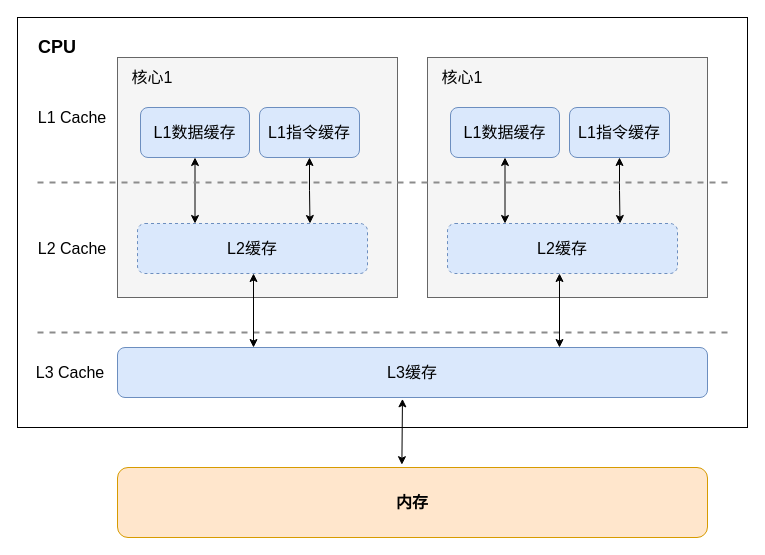
Earlier version of the draw.io diagram Untitled Diagram.drawio (ichengzi/ichengzi.github.io). Source tidied: cells renumbered, new cells numbered last; positions are measured from the earlier drawing's top-left corner, leaving out a move shared by most shapes. Both pictures are drawn from the tidied source at 100%, with x=0, y=0 at pixel (17, 17).
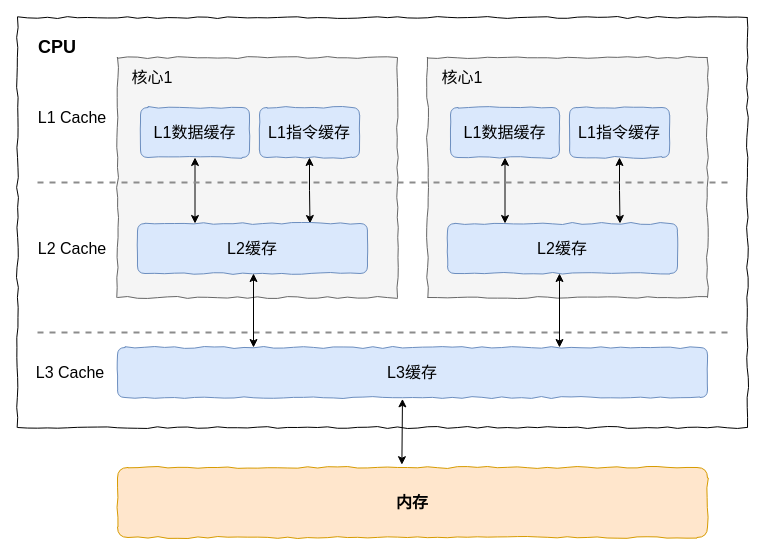
The same diagram, later.

The edit, as a diff of the source:
```diff
@@
-    <mxCell id="2" style="rounded=0;whiteSpace=wrap;html=1;fontSize=16;comic=0;" parent="1" vertex="1">
+    <mxCell id="2" style="rounded=0;whiteSpace=wrap;html=1;fontSize=16;comic=1;" parent="1" vertex="1">
       <mxGeometry width="730" height="410" as="geometry" />
     </mxCell>
@@
-    <mxCell id="4" style="rounded=0;whiteSpace=wrap;html=1;fontSize=16;fillColor=#f5f5f5;strokeColor=#666666;fontColor=#333333;" parent="1" vertex="1">
+    <mxCell id="4" style="rounded=0;whiteSpace=wrap;html=1;fontSize=16;fillColor=#f5f5f5;strokeColor=#666666;fontColor=#333333;comic=1;" parent="1" vertex="1">
       <mxGeometry x="100" y="40" width="280" height="240" as="geometry" />
     </mxCell>
@@
-    <mxCell id="6" value="L1数据缓存" style="rounded=1;whiteSpace=wrap;html=1;fontSize=16;fillColor=#dae8fc;strokeColor=#6c8ebf;" parent="1" vertex="1">
+    <mxCell id="6" value="L1数据缓存" style="rounded=1;whiteSpace=wrap;html=1;fontSize=16;fillColor=#dae8fc;strokeColor=#6c8ebf;comic=1;" parent="1" vertex="1">
       <mxGeometry x="123" y="90" width="109" height="50" as="geometry" />
     </mxCell>
@@
-    <mxCell id="8" value="L1指令缓存" style="rounded=1;whiteSpace=wrap;html=1;fontSize=16;fillColor=#dae8fc;strokeColor=#6c8ebf;" parent="1" vertex="1">
+    <mxCell id="8" value="L1指令缓存" style="rounded=1;whiteSpace=wrap;html=1;fontSize=16;fillColor=#dae8fc;strokeColor=#6c8ebf;comic=1;" parent="1" vertex="1">
       <mxGeometry x="242" y="90" width="100" height="50" as="geometry" />
     </mxCell>
@@
-    <mxCell id="10" value="L2缓存" style="rounded=1;whiteSpace=wrap;html=1;dashed=1;strokeColor=#6c8ebf;fontSize=16;fillColor=#dae8fc;" parent="1" vertex="1">
+    <mxCell id="10" value="L2缓存" style="rounded=1;whiteSpace=wrap;html=1;strokeColor=#6c8ebf;fontSize=16;fillColor=#dae8fc;comic=1;" parent="1" vertex="1">
       <mxGeometry x="120" y="206" width="230" height="50" as="geometry" />
     </mxCell>
@@
-    <mxCell id="12" style="rounded=0;whiteSpace=wrap;html=1;fontSize=16;fillColor=#f5f5f5;strokeColor=#666666;fontColor=#333333;" parent="1" vertex="1">
+    <mxCell id="12" style="rounded=0;whiteSpace=wrap;html=1;fontSize=16;fillColor=#f5f5f5;strokeColor=#666666;fontColor=#333333;comic=1;" parent="1" vertex="1">
       <mxGeometry x="410" y="40" width="280" height="240" as="geometry" />
     </mxCell>
@@
-    <mxCell id="14" value="L1数据缓存" style="rounded=1;whiteSpace=wrap;html=1;fontSize=16;fillColor=#dae8fc;strokeColor=#6c8ebf;" parent="1" vertex="1">
+    <mxCell id="14" value="L1数据缓存" style="rounded=1;whiteSpace=wrap;html=1;fontSize=16;fillColor=#dae8fc;strokeColor=#6c8ebf;comic=1;" parent="1" vertex="1">
       <mxGeometry x="433" y="90" width="109" height="50" as="geometry" />
     </mxCell>
@@
-    <mxCell id="16" value="L1指令缓存" style="rounded=1;whiteSpace=wrap;html=1;fontSize=16;fillColor=#dae8fc;strokeColor=#6c8ebf;" parent="1" vertex="1">
+    <mxCell id="16" value="L1指令缓存" style="rounded=1;whiteSpace=wrap;html=1;fontSize=16;fillColor=#dae8fc;strokeColor=#6c8ebf;comic=1;" parent="1" vertex="1">
       <mxGeometry x="552" y="90" width="100" height="50" as="geometry" />
     </mxCell>
@@
-    <mxCell id="18" value="L2缓存" style="rounded=1;whiteSpace=wrap;html=1;dashed=1;strokeColor=#6c8ebf;fontSize=16;fillColor=#dae8fc;" parent="1" vertex="1">
+    <mxCell id="18" value="L2缓存" style="rounded=1;whiteSpace=wrap;html=1;strokeColor=#6c8ebf;fontSize=16;fillColor=#dae8fc;comic=1;" parent="1" vertex="1">
       <mxGeometry x="430" y="206" width="230" height="50" as="geometry" />
     </mxCell>
@@
-    <mxCell id="20" value="L3缓存" style="rounded=1;whiteSpace=wrap;html=1;shadow=0;comic=0;strokeColor=#6c8ebf;fontSize=16;fillColor=#dae8fc;" parent="1" vertex="1">
+    <mxCell id="20" value="L3缓存" style="rounded=1;whiteSpace=wrap;html=1;shadow=0;comic=1;strokeColor=#6c8ebf;fontSize=16;fillColor=#dae8fc;" parent="1" vertex="1">
       <mxGeometry x="100" y="330" width="590" height="50" as="geometry" />
     </mxCell>
@@
-    <mxCell id="26" value="内存" style="rounded=1;whiteSpace=wrap;html=1;shadow=0;comic=0;strokeColor=#d79b00;fontSize=16;fillColor=#ffe6cc;fontStyle=1;" parent="1" vertex="1">
+    <mxCell id="26" value="内存" style="rounded=1;whiteSpace=wrap;html=1;shadow=0;comic=1;strokeColor=#d79b00;fontSize=16;fillColor=#ffe6cc;fontStyle=1;" parent="1" vertex="1">
       <mxGeometry x="100" y="450" width="590" height="70" as="geometry" />
     </mxCell>
```
